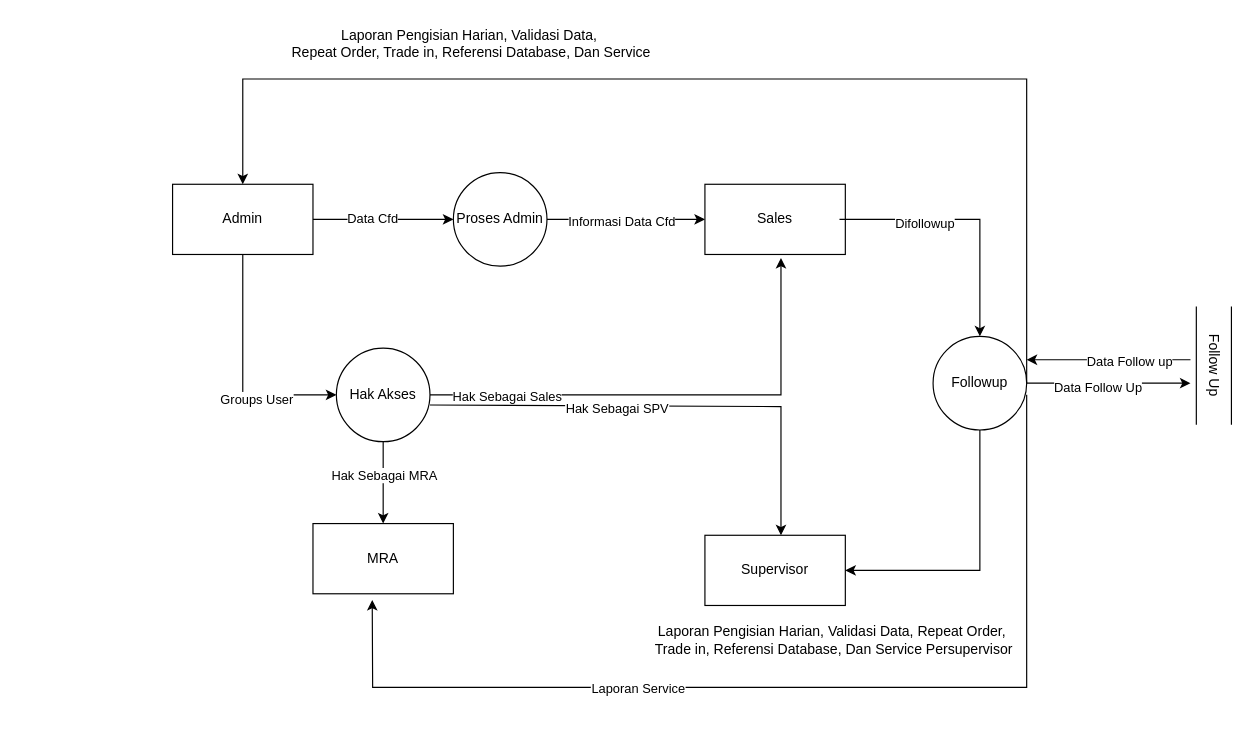
Above: page "Page-2" (2 of 2) of Untitled Diagram.drawio in AkhmadFiqri/belajar-git (draw.io), before the change. Source tidied: cells renumbered, new cells numbered last; positions are measured from the earlier drawing's top-left corner, leaving out a move shared by most shapes. Both pictures are drawn from the tidied source at 117%, with x=0, y=0 at pixel (172, 20).
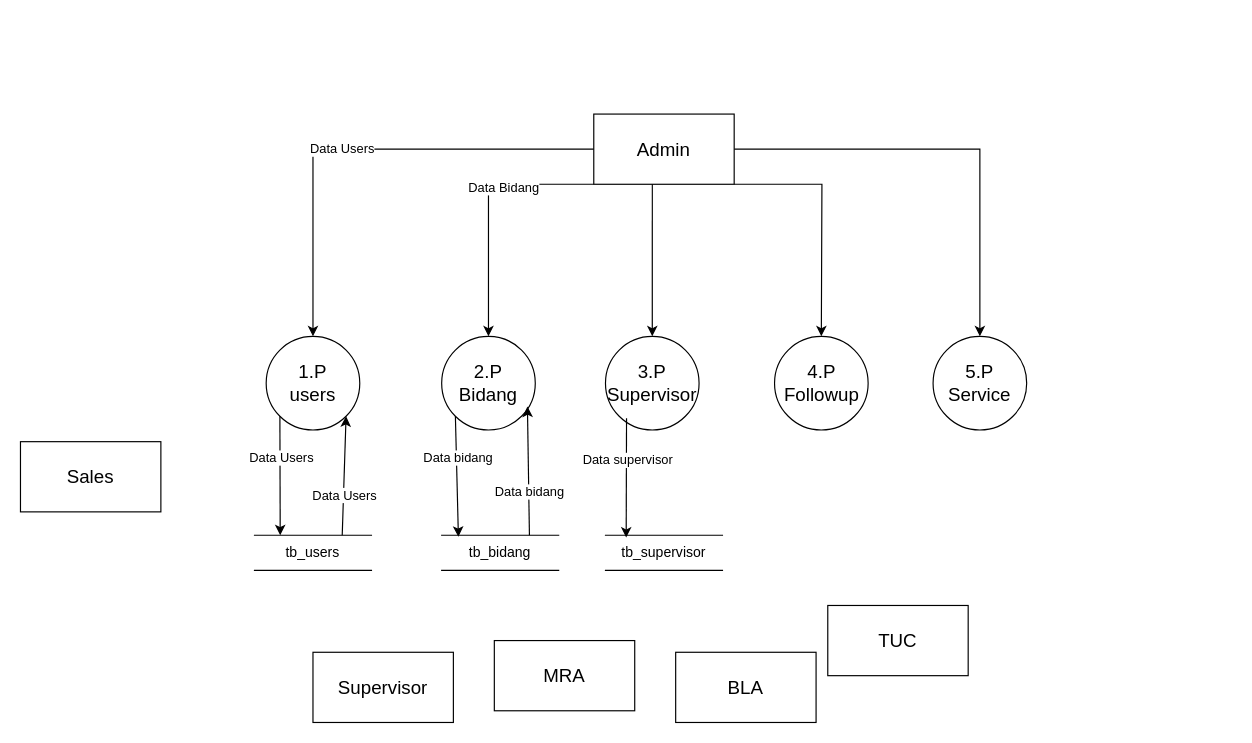
After the change.

What changed in the source:
```diff
@@
-    <mxCell id="2" value="Admin" style="html=1;dashed=0;whiteSpace=wrap;" parent="1" vertex="1">
-      <mxGeometry y="140" width="120" height="60" as="geometry" />
+    <mxCell id="2" value="Admin" style="html=1;dashed=0;whiteSpace=wrap;fontSize=16;" parent="1" vertex="1">
+      <mxGeometry x="360" y="80" width="120" height="60" as="geometry" />
     </mxCell>
-    <mxCell id="3" value="Sales" style="html=1;dashed=0;whiteSpace=wrap;" parent="1" vertex="1">
-      <mxGeometry x="455" y="140" width="120" height="60" as="geometry" />
+    <mxCell id="3" value="Sales" style="html=1;dashed=0;whiteSpace=wrap;fontSize=16;" parent="1" vertex="1">
+      <mxGeometry x="-130" y="360" width="120" height="60" as="geometry" />
     </mxCell>
-    <mxCell id="4" value="MRA" style="html=1;dashed=0;whiteSpace=wrap;" parent="1" vertex="1">
-      <mxGeometry x="120" y="430" width="120" height="60" as="geometry" />
+    <mxCell id="4" value="MRA" style="html=1;dashed=0;whiteSpace=wrap;fontSize=16;" parent="1" vertex="1">
+      <mxGeometry x="275" y="530" width="120" height="60" as="geometry" />
     </mxCell>
-    <mxCell id="5" value="Supervisor" style="html=1;dashed=0;whiteSpace=wrap;" parent="1" vertex="1">
-      <mxGeometry x="455" y="440" width="120" height="60" as="geometry" />
+    <mxCell id="5" value="Supervisor" style="html=1;dashed=0;whiteSpace=wrap;fontSize=16;" parent="1" vertex="1">
+      <mxGeometry x="120" y="540" width="120" height="60" as="geometry" />
     </mxCell>
-    <mxCell id="6" value="Hak Akses" style="shape=ellipse;html=1;dashed=0;whiteSpace=wrap;perimeter=ellipsePerimeter;" parent="1" vertex="1">
-      <mxGeometry x="140" y="280" width="80" height="80" as="geometry" />
-    </mxCell>
-    <mxCell id="7" style="endArrow=classic;html=1;rounded=0;entryX=0;entryY=0.5;entryDx=0;entryDy=0;" parent="1" edge="1" target="6">
-      <mxGeometry relative="1" as="geometry">
-        <mxPoint x="60" y="200" as="sourcePoint" />
-        <Array as="points">
-          <mxPoint x="60" y="320" />
-        </Array>
-      </mxGeometry>
-    </mxCell>
-    <mxCell id="8" value="Groups User" style="edgeLabel;html=1;align=center;verticalAlign=middle;" parent="7" vertex="1">
-      <mxGeometry x="0.31" y="-3" relative="1" as="geometry" />
-    </mxCell>
-    <mxCell id="9" style="endArrow=classic;html=1;rounded=0;entryX=0.5;entryY=0;entryDx=0;entryDy=0;" parent="1" edge="1" target="4">
-      <mxGeometry relative="1" as="geometry">
-        <mxPoint x="180" y="360" as="sourcePoint" />
-      </mxGeometry>
-    </mxCell>
-    <mxCell id="10" value="Hak Sebagai MRA" style="edgeLabel;html=1;align=center;verticalAlign=middle;" parent="9" vertex="1">
-      <mxGeometry x="-0.21" relative="1" as="geometry" />
-    </mxCell>
-    <mxCell id="11" style="endArrow=classic;html=1;rounded=0;" parent="1" edge="1">
-      <mxGeometry relative="1" as="geometry">
-        <mxPoint x="220" y="320" as="sourcePoint" />
-        <mxPoint x="520" y="203" as="targetPoint" />
-        <Array as="points">
-          <mxPoint x="520" y="320" />
-        </Array>
-      </mxGeometry>
-    </mxCell>
-    <mxCell id="12" value="Hak Sebagai Sales" style="edgeLabel;html=1;align=center;verticalAlign=middle;" parent="11" vertex="1">
-      <mxGeometry x="-0.69" y="-1" relative="1" as="geometry" />
-    </mxCell>
-    <mxCell id="13" style="endArrow=classic;html=1;rounded=0;exitX=1;exitY=0.608;exitDx=0;exitDy=0;exitPerimeter=0;" parent="1" edge="1" source="6">
-      <mxGeometry relative="1" as="geometry">
-        <mxPoint x="520" y="440" as="targetPoint" />
-        <Array as="points">
-          <mxPoint x="520" y="330" />
-        </Array>
-      </mxGeometry>
-    </mxCell>
-    <mxCell id="14" value="Hak Sebagai SPV" style="edgeLabel;html=1;align=center;verticalAlign=middle;" parent="13" vertex="1">
-      <mxGeometry x="-0.22" y="-2" relative="1" as="geometry" />
-    </mxCell>
-    <mxCell id="15" value="Proses Admin" style="shape=ellipse;html=1;dashed=0;whiteSpace=wrap;perimeter=ellipsePerimeter;" parent="1" vertex="1">
-      <mxGeometry x="240" y="130" width="80" height="80" as="geometry" />
+    <mxCell id="15" value="1.P&lt;div style=&quot;font-size: 16px;&quot;&gt;users&lt;/div&gt;" style="shape=ellipse;html=1;dashed=0;whiteSpace=wrap;perimeter=ellipsePerimeter;fontSize=16;" parent="1" vertex="1">
+      <mxGeometry x="80" y="270" width="80" height="80" as="geometry" />
     </mxCell>
+    <mxCell id="34" value="TUC" style="html=1;dashed=0;whiteSpace=wrap;fontSize=16;" parent="1" vertex="1">
+      <mxGeometry x="560" y="500" width="120" height="60" as="geometry" />
+    </mxCell>
+    <mxCell id="35" value="BLA" style="html=1;dashed=0;whiteSpace=wrap;fontSize=16;" parent="1" vertex="1">
+      <mxGeometry x="430" y="540" width="120" height="60" as="geometry" />
+    </mxCell>
+    <mxCell id="36" value="2.P&lt;div style=&quot;font-size: 16px;&quot;&gt;Bidang&lt;/div&gt;" style="shape=ellipse;html=1;dashed=0;whiteSpace=wrap;perimeter=ellipsePerimeter;fontSize=16;" parent="1" vertex="1">
+      <mxGeometry x="230" y="270" width="80" height="80" as="geometry" />
+    </mxCell>
+    <mxCell id="37" value="3.P&lt;div style=&quot;font-size: 16px;&quot;&gt;Supervisor&lt;/div&gt;" style="shape=ellipse;html=1;dashed=0;whiteSpace=wrap;perimeter=ellipsePerimeter;fontSize=16;" parent="1" vertex="1">
+      <mxGeometry x="370" y="270" width="80" height="80" as="geometry" />
+    </mxCell>
+    <mxCell id="38" value="4.P&lt;div style=&quot;font-size: 16px;&quot;&gt;Followup&lt;/div&gt;" style="shape=ellipse;html=1;dashed=0;whiteSpace=wrap;perimeter=ellipsePerimeter;fontSize=16;" parent="1" vertex="1">
+      <mxGeometry x="514.5" y="270" width="80" height="80" as="geometry" />
+    </mxCell>
+    <mxCell id="39" value="5.P&lt;div style=&quot;font-size: 16px;&quot;&gt;Service&lt;/div&gt;" style="shape=ellipse;html=1;dashed=0;whiteSpace=wrap;perimeter=ellipsePerimeter;fontSize=16;" parent="1" vertex="1">
+      <mxGeometry x="650" y="270" width="80" height="80" as="geometry" />
+    </mxCell>
-    <mxCell id="16" style="endArrow=classic;html=1;rounded=0;entryX=0;entryY=0.5;entryDx=0;entryDy=0;exitX=1;exitY=0.5;exitDx=0;exitDy=0;" parent="1" edge="1" source="2" target="15">
-      <mxGeometry relative="1" as="geometry" />
+    <mxCell id="16" style="endArrow=classic;html=1;rounded=0;exitX=0;exitY=0.5;exitDx=0;exitDy=0;entryX=0.5;entryY=0;entryDx=0;entryDy=0;" parent="1" edge="1" source="2" target="15">
+      <mxGeometry relative="1" as="geometry">
+        <Array as="points">
+          <mxPoint x="120" y="110" />
+        </Array>
+      </mxGeometry>
     </mxCell>
-    <mxCell id="17" value="Data Cfd" style="edgeLabel;html=1;align=center;verticalAlign=middle;" parent="16" vertex="1">
-      <mxGeometry x="-0.16" y="1" relative="1" as="geometry" />
-    </mxCell>
-    <mxCell id="18" style="endArrow=classic;html=1;rounded=0;exitX=1;exitY=0.5;exitDx=0;exitDy=0;entryX=0;entryY=0.5;entryDx=0;entryDy=0;" parent="1" edge="1" source="15" target="3">
-      <mxGeometry relative="1" as="geometry" />
-    </mxCell>
-    <mxCell id="19" value="Informasi Data Cfd" style="edgeLabel;html=1;align=center;verticalAlign=middle;" parent="18" vertex="1">
-      <mxGeometry x="-0.07" y="-1" relative="1" as="geometry" />
-    </mxCell>
-    <mxCell id="20" value="Followup" style="shape=ellipse;html=1;dashed=0;whiteSpace=wrap;perimeter=ellipsePerimeter;" parent="1" vertex="1">
-      <mxGeometry x="650" y="270" width="80" height="80" as="geometry" />
-    </mxCell>
-    <mxCell id="21" style="endArrow=classic;html=1;rounded=0;" parent="1" edge="1">
-      <mxGeometry relative="1" as="geometry">
-        <mxPoint x="570" y="170" as="sourcePoint" />
-        <mxPoint x="690" y="270" as="targetPoint" />
-        <Array as="points">
-          <mxPoint x="690" y="170" />
-        </Array>
-      </mxGeometry>
-    </mxCell>
-    <mxCell id="22" value="Difollowup" style="edgeLabel;html=1;align=center;verticalAlign=middle;" parent="21" vertex="1">
-      <mxGeometry x="-0.35" y="-3" relative="1" as="geometry" />
-    </mxCell>
-    <mxCell id="23" style="endArrow=classic;html=1;rounded=0;entryX=1;entryY=0.5;entryDx=0;entryDy=0;exitX=0.5;exitY=1;exitDx=0;exitDy=0;" parent="1" edge="1" source="20" target="5">
-      <mxGeometry relative="1" as="geometry">
-        <Array as="points">
-          <mxPoint x="690" y="470" />
-        </Array>
-      </mxGeometry>
-    </mxCell>
-    <mxCell id="24" value="Laporan Pengisian Harian, Validasi Data,&amp;nbsp;&lt;span style=&quot;background-color: initial;&quot;&gt;Repeat Order,&amp;nbsp;&lt;/span&gt;&lt;div&gt;&lt;span style=&quot;background-color: initial;&quot;&gt;Trade in, Referensi Database, Dan Service Persupervisor&lt;/span&gt;&lt;/div&gt;" style="text;html=1;align=center;verticalAlign=middle;strokeColor=none;fillColor=none;" parent="1" vertex="1">
-      <mxGeometry x="400" y="510" width="330" height="40" as="geometry" />
-    </mxCell>
-    <mxCell id="25" style="endArrow=classic;html=1;rounded=0;entryX=0.5;entryY=0;entryDx=0;entryDy=0;" parent="1" edge="1" target="2">
-      <mxGeometry relative="1" as="geometry">
-        <mxPoint x="730" y="310" as="sourcePoint" />
-        <Array as="points">
-          <mxPoint x="730" y="50" />
-          <mxPoint x="60" y="50" />
-        </Array>
-      </mxGeometry>
-    </mxCell>
-    <mxCell id="26" value="Laporan Pengisian Harian, Validasi Data,&amp;nbsp;&lt;div&gt;Repeat Order, Trade in, Referensi Database, Dan Service&lt;/div&gt;" style="text;html=1;align=center;verticalAlign=middle;strokeColor=none;fillColor=none;" parent="1" vertex="1">
-      <mxGeometry x="90" width="330" height="40" as="geometry" />
-    </mxCell>
-    <mxCell id="27" style="endArrow=classic;html=1;rounded=0;entryX=0.422;entryY=1.089;entryDx=0;entryDy=0;entryPerimeter=0;" parent="1" edge="1" target="4">
-      <mxGeometry relative="1" as="geometry">
-        <mxPoint x="730" y="320" as="sourcePoint" />
-        <Array as="points">
-          <mxPoint x="730" y="570" />
-          <mxPoint x="171" y="570" />
-        </Array>
-      </mxGeometry>
-    </mxCell>
-    <mxCell id="28" value="Laporan Service" style="edgeLabel;html=1;align=center;verticalAlign=middle;" parent="27" vertex="1">
-      <mxGeometry x="0.32" relative="1" as="geometry" />
-    </mxCell>
-    <mxCell id="29" style="endArrow=classic;html=1;rounded=0;" parent="1" edge="1">
-      <mxGeometry relative="1" as="geometry">
-        <mxPoint x="730" y="310" as="sourcePoint" />
-        <mxPoint x="870" y="310" as="targetPoint" />
-      </mxGeometry>
-    </mxCell>
-    <mxCell id="30" value="Data Follow Up" style="edgeLabel;html=1;align=center;verticalAlign=middle;" parent="29" vertex="1">
-      <mxGeometry x="-0.15" y="-3" relative="1" as="geometry" />
-    </mxCell>
-    <mxCell id="31" value="Follow Up" style="html=1;dashed=0;whiteSpace=wrap;shape=partialRectangle;right=0;left=0;rotation=90;" parent="1" vertex="1">
-      <mxGeometry x="840" y="280" width="100" height="30" as="geometry" />
-    </mxCell>
-    <mxCell id="32" style="endArrow=classic;html=1;rounded=0;" parent="1" edge="1">
-      <mxGeometry relative="1" as="geometry">
-        <mxPoint x="870" y="290" as="sourcePoint" />
-        <mxPoint x="730" y="290" as="targetPoint" />
-      </mxGeometry>
-    </mxCell>
-    <mxCell id="33" value="Data Follow up" style="edgeLabel;html=1;align=center;verticalAlign=middle;" parent="32" vertex="1">
-      <mxGeometry x="-0.25" y="1" relative="1" as="geometry" />
-    </mxCell>
+    <mxCell id="40" value="Data Users" style="edgeLabel;html=1;align=center;verticalAlign=middle;" parent="16" vertex="1">
+      <mxGeometry x="0.08" y="-1" relative="1" as="geometry" />
+    </mxCell>
+    <mxCell id="41" style="endArrow=classic;html=1;rounded=0;exitX=0;exitY=1;exitDx=0;exitDy=0;entryX=0.5;entryY=0;entryDx=0;entryDy=0;" parent="1" edge="1" source="2" target="36">
+      <mxGeometry relative="1" as="geometry">
+        <Array as="points">
+          <mxPoint x="270" y="140" />
+        </Array>
+      </mxGeometry>
+    </mxCell>
+    <mxCell id="42" value="Data Bidang" style="edgeLabel;html=1;align=center;verticalAlign=middle;" parent="41" vertex="1">
+      <mxGeometry x="-0.29" y="2" relative="1" as="geometry" />
+    </mxCell>
+    <mxCell id="43" style="endArrow=classic;html=1;rounded=0;exitX=0.417;exitY=1;exitDx=0;exitDy=0;exitPerimeter=0;entryX=0.5;entryY=0;entryDx=0;entryDy=0;" parent="1" edge="1" source="2" target="37">
+      <mxGeometry relative="1" as="geometry" />
+    </mxCell>
+    <mxCell id="44" style="endArrow=classic;html=1;rounded=0;exitX=1;exitY=1;exitDx=0;exitDy=0;entryX=0.5;entryY=0;entryDx=0;entryDy=0;" parent="1" edge="1" source="2" target="38">
+      <mxGeometry relative="1" as="geometry">
+        <Array as="points">
+          <mxPoint x="555" y="140" />
+        </Array>
+      </mxGeometry>
+    </mxCell>
+    <mxCell id="45" style="endArrow=classic;html=1;rounded=0;exitX=1;exitY=0.5;exitDx=0;exitDy=0;entryX=0.5;entryY=0;entryDx=0;entryDy=0;" parent="1" edge="1" source="2" target="39">
+      <mxGeometry relative="1" as="geometry">
+        <Array as="points">
+          <mxPoint x="690" y="110" />
+        </Array>
+      </mxGeometry>
+    </mxCell>
+    <mxCell id="46" value="tb_users" style="html=1;dashed=0;whiteSpace=wrap;shape=partialRectangle;right=0;left=0;" parent="1" vertex="1">
+      <mxGeometry x="70" y="440" width="100" height="30" as="geometry" />
+    </mxCell>
+    <mxCell id="47" style="endArrow=classic;html=1;rounded=0;exitX=0;exitY=1;exitDx=0;exitDy=0;" parent="1" edge="1" source="15">
+      <mxGeometry relative="1" as="geometry">
+        <mxPoint x="92" y="440" as="targetPoint" />
+      </mxGeometry>
+    </mxCell>
+    <mxCell id="48" value="Data Users" style="edgeLabel;html=1;align=center;verticalAlign=middle;" parent="47" vertex="1">
+      <mxGeometry x="-0.32" y="1" relative="1" as="geometry" />
+    </mxCell>
+    <mxCell id="49" style="endArrow=classic;html=1;rounded=0;exitX=0.75;exitY=0;exitDx=0;exitDy=0;entryX=1;entryY=1;entryDx=0;entryDy=0;" parent="1" edge="1" source="46" target="15">
+      <mxGeometry relative="1" as="geometry" />
+    </mxCell>
+    <mxCell id="50" value="Data Users" style="edgeLabel;html=1;align=center;verticalAlign=middle;" parent="49" vertex="1">
+      <mxGeometry x="-0.31" relative="1" as="geometry" />
+    </mxCell>
+    <mxCell id="51" value="tb_bidang" style="html=1;dashed=0;whiteSpace=wrap;shape=partialRectangle;right=0;left=0;" parent="1" vertex="1">
+      <mxGeometry x="230" y="440" width="100" height="30" as="geometry" />
+    </mxCell>
+    <mxCell id="52" style="endArrow=classic;html=1;rounded=0;exitX=0;exitY=1;exitDx=0;exitDy=0;entryX=0.143;entryY=0.044;entryDx=0;entryDy=0;entryPerimeter=0;" parent="1" edge="1" source="36" target="51">
+      <mxGeometry relative="1" as="geometry" />
+    </mxCell>
+    <mxCell id="53" value="Data bidang" style="edgeLabel;html=1;align=center;verticalAlign=middle;" parent="52" vertex="1">
+      <mxGeometry x="-0.32" y="1" relative="1" as="geometry" />
+    </mxCell>
+    <mxCell id="54" style="endArrow=classic;html=1;rounded=0;exitX=0.75;exitY=0;exitDx=0;exitDy=0;entryX=1;entryY=1;entryDx=0;entryDy=0;" parent="1" edge="1" source="51">
+      <mxGeometry relative="1" as="geometry">
+        <mxPoint x="303.3" y="330" as="targetPoint" />
+      </mxGeometry>
+    </mxCell>
+    <mxCell id="55" value="Data bidang" style="edgeLabel;html=1;align=center;verticalAlign=middle;" parent="54" vertex="1">
+      <mxGeometry x="-0.31" relative="1" as="geometry" />
+    </mxCell>
+    <mxCell id="56" value="tb_supervisor" style="html=1;dashed=0;whiteSpace=wrap;shape=partialRectangle;right=0;left=0;" parent="1" vertex="1">
+      <mxGeometry x="370" y="440" width="100" height="30" as="geometry" />
+    </mxCell>
+    <mxCell id="57" style="endArrow=classic;html=1;rounded=0;entryX=0.177;entryY=0.067;entryDx=0;entryDy=0;entryPerimeter=0;" parent="1" edge="1" target="56">
+      <mxGeometry relative="1" as="geometry">
+        <mxPoint x="388" y="340" as="sourcePoint" />
+      </mxGeometry>
+    </mxCell>
+    <mxCell id="58" value="Data supervisor" style="edgeLabel;html=1;align=center;verticalAlign=middle;" parent="57" vertex="1">
+      <mxGeometry x="-0.32" y="1" relative="1" as="geometry" />
+    </mxCell>
```
